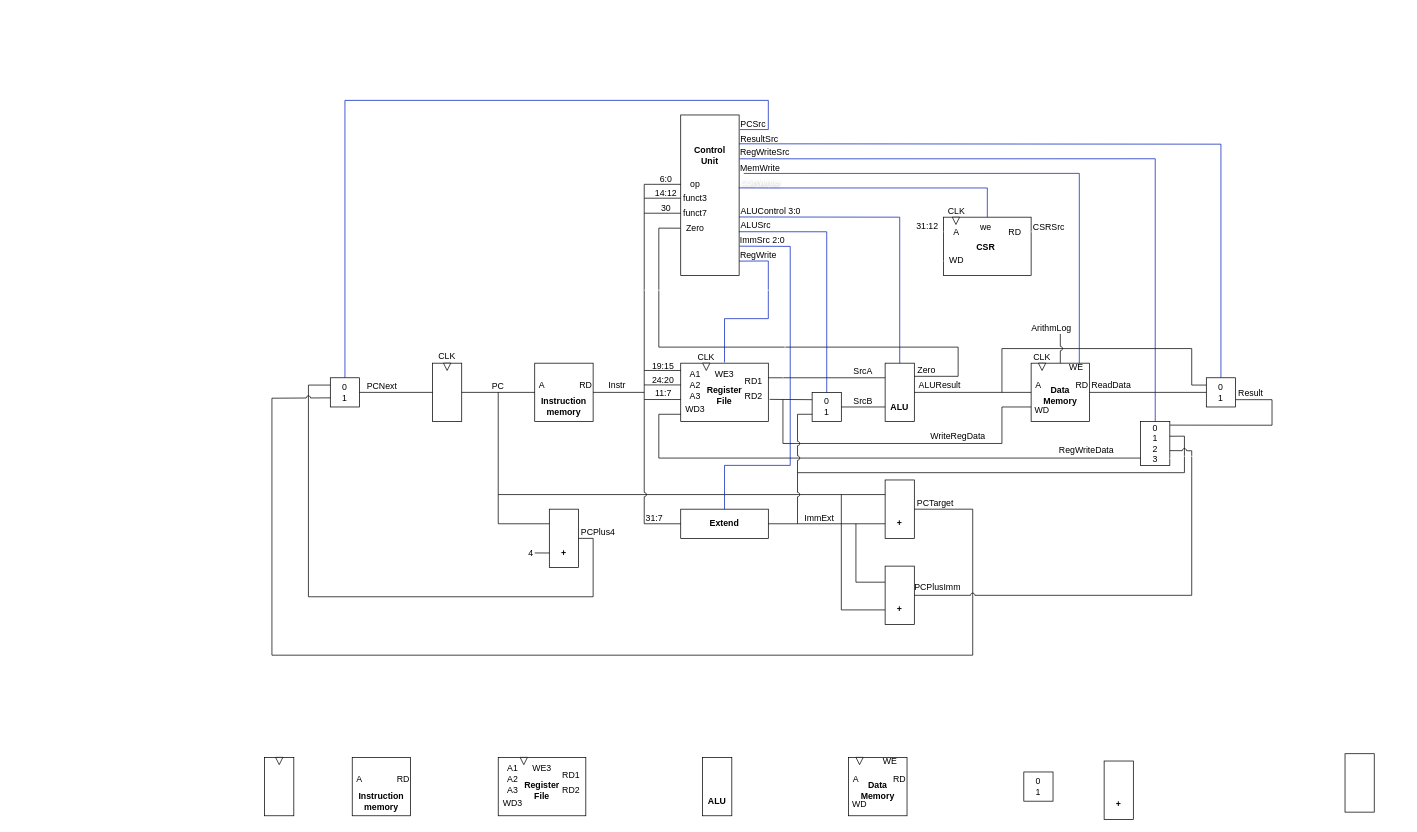
Earlier version of the draw.io diagram doc/riscv-cpu.drawio (myay/riscv_myay). Source tidied: cells renumbered, new cells numbered last; positions are measured from the earlier drawing's top-left corner, leaving out a move shared by most shapes. Both pictures are drawn from the tidied source at 73%, with x=0, y=0 at pixel (264, 100).
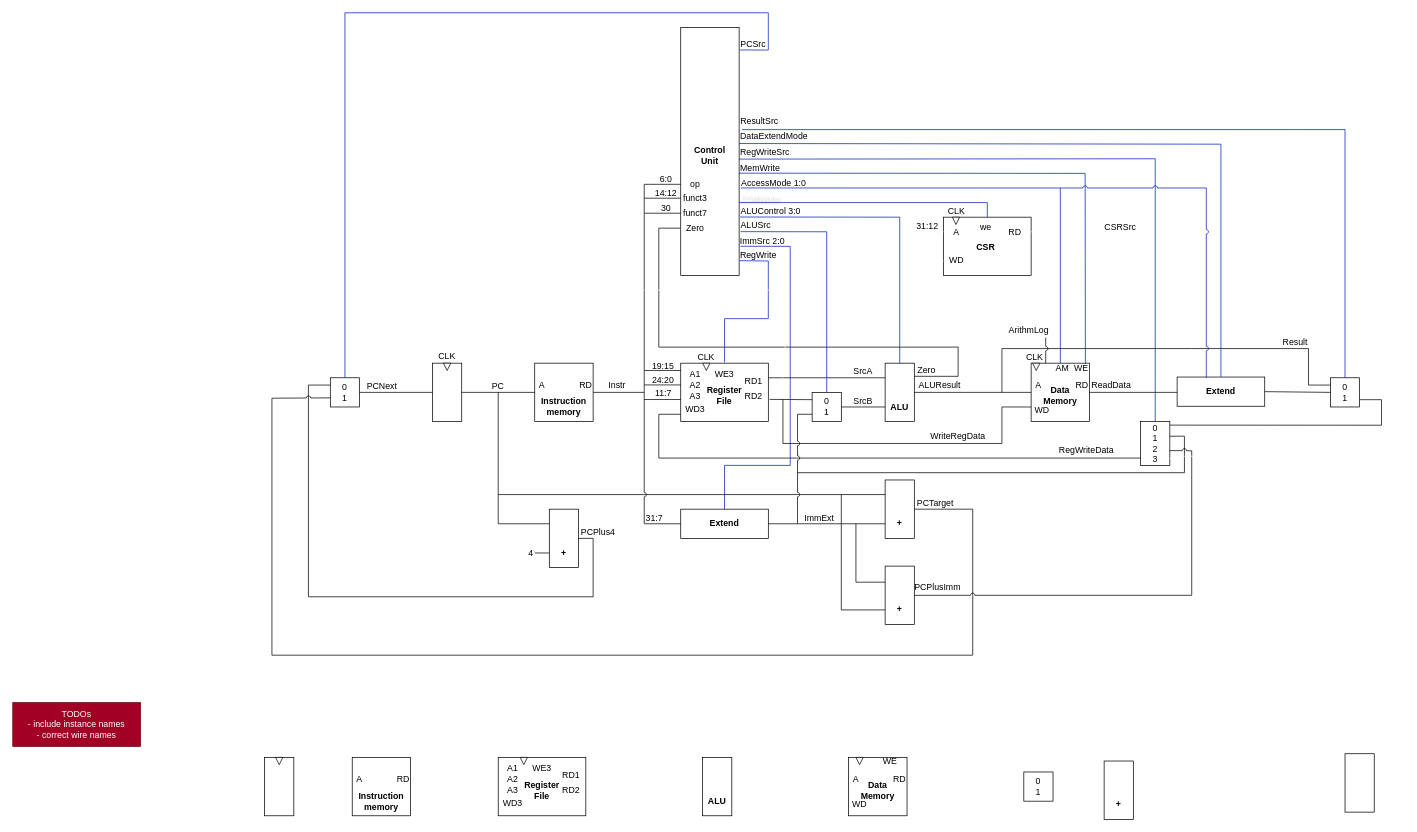
The same diagram, later.

Unchanged cells that the change refers to:
```xml
<mxCell id="42" style="rounded=0;whiteSpace=wrap;html=1;" parent="1" vertex="1">
  <mxGeometry x="850" y="360" width="40" height="80" as="geometry" />
</mxCell>
<mxCell id="44" style="rounded=0;whiteSpace=wrap;html=1;" parent="1" vertex="1">
  <mxGeometry x="1050" y="360" width="80" height="80" as="geometry" />
</mxCell>
<mxCell id="55" style="rounded=0;whiteSpace=wrap;html=1;" parent="1" vertex="1">
  <mxGeometry x="570" y="560" width="120" height="40" as="geometry" />
</mxCell>
<mxCell id="61" style="rounded=0;whiteSpace=wrap;html=1;" parent="1" vertex="1">
  <mxGeometry x="90" y="380" width="40" height="40" as="geometry" />
</mxCell>
<mxCell id="67" style="rounded=0;whiteSpace=wrap;html=1;" parent="1" vertex="1">
  <mxGeometry x="750" y="400" width="40" height="40" as="geometry" />
</mxCell>
<mxCell id="122" value="MemWrite" style="text;html=1;align=center;verticalAlign=middle;whiteSpace=wrap;rounded=0;" parent="1" vertex="1">
  <mxGeometry x="653" y="89" width="52" height="8" as="geometry" />
</mxCell>
<mxCell id="127" style="rounded=0;whiteSpace=wrap;html=1;" parent="1" vertex="1">
  <mxGeometry x="1200" y="440" width="40" height="60" as="geometry" />
</mxCell>
<mxCell id="132" value="RegWriteSrc" style="text;html=1;align=center;verticalAlign=middle;whiteSpace=wrap;rounded=0;" parent="1" vertex="1">
  <mxGeometry x="655" y="66" width="61" height="11" as="geometry" />
</mxCell>
<mxCell id="148" style="rounded=0;whiteSpace=wrap;html=1;" parent="1" vertex="1">
  <mxGeometry x="930" y="160" width="120" height="80" as="geometry" />
</mxCell>
```

What changed in the source:
```diff
@@
     <mxCell id="48" value="WE" style="text;html=1;align=center;verticalAlign=middle;whiteSpace=wrap;rounded=0;" parent="1" vertex="1">
-      <mxGeometry x="1101" y="360" width="22" height="12" as="geometry" />
+      <mxGeometry x="1108" y="361" width="22" height="12" as="geometry" />
     </mxCell>
     <mxCell id="49" style="triangle;whiteSpace=wrap;html=1;rotation=90;" parent="1" vertex="1">
-      <mxGeometry x="1060" y="360" width="10" height="10" as="geometry" />
+      <mxGeometry x="1052" y="360" width="10" height="10" as="geometry" />
     </mxCell>
@@
     <mxCell id="51" style="rounded=0;whiteSpace=wrap;html=1;" parent="1" vertex="1">
-      <mxGeometry x="1290" y="380" width="40" height="40" as="geometry" />
+      <mxGeometry x="1460" y="380" width="40" height="40" as="geometry" />
     </mxCell>
     <mxCell id="52" value="0&lt;div&gt;1&lt;/div&gt;" style="text;html=1;align=center;verticalAlign=middle;whiteSpace=wrap;rounded=0;" parent="1" vertex="1">
-      <mxGeometry x="1280" y="385" width="60" height="30" as="geometry" />
+      <mxGeometry x="1450" y="385" width="60" height="30" as="geometry" />
     </mxCell>
@@
     <mxCell id="85" value="Result" style="text;html=1;align=center;verticalAlign=middle;whiteSpace=wrap;rounded=0;" parent="1" vertex="1">
-      <mxGeometry x="1321" y="387" width="60" height="30" as="geometry" />
+      <mxGeometry x="1400" y="326" width="24" height="11" as="geometry" />
     </mxCell>
-    <mxCell id="86" style="endArrow=none;html=1;rounded=0;entryX=0;entryY=0.5;entryDx=0;entryDy=0;exitX=1;exitY=0.5;exitDx=0;exitDy=0;" parent="1" edge="1" source="44" target="51">
-      <mxGeometry relative="1" as="geometry" />
+    <mxCell id="86" style="endArrow=none;html=1;rounded=0;exitX=1;exitY=0.5;exitDx=0;exitDy=0;" parent="1" edge="1" source="44">
+      <mxGeometry relative="1" as="geometry">
+        <mxPoint x="1250" y="400" as="targetPoint" />
+      </mxGeometry>
     </mxCell>
@@
     <mxCell id="88" style="endArrow=none;html=1;rounded=0;entryX=0;entryY=0.25;entryDx=0;entryDy=0;" parent="1" edge="1" target="51">
       <mxGeometry relative="1" as="geometry">
         <mxPoint x="1010" y="400" as="sourcePoint" />
         <Array as="points">
           <mxPoint x="1010" y="340" />
           <mxPoint x="1270" y="340" />
-          <mxPoint x="1270" y="390" />
+          <mxPoint x="1430" y="340" />
+          <mxPoint x="1430" y="390" />
         </Array>
       </mxGeometry>
     </mxCell>
@@
     <mxCell id="105" value="CLK" style="text;html=1;align=center;verticalAlign=middle;whiteSpace=wrap;rounded=0;" parent="1" vertex="1">
-      <mxGeometry x="1053" y="345" width="24" height="13" as="geometry" />
+      <mxGeometry x="1043" y="345.5" width="24" height="13" as="geometry" />
     </mxCell>
@@
     <mxCell id="107" style="rounded=0;whiteSpace=wrap;html=1;" parent="1" vertex="1">
-      <mxGeometry x="570" y="20" width="80" height="220" as="geometry" />
+      <mxGeometry x="570" y="-100" width="80" height="340" as="geometry" />
     </mxCell>
@@
     <mxCell id="119" style="endArrow=none;html=1;rounded=0;exitX=0.5;exitY=0;exitDx=0;exitDy=0;entryX=1.011;entryY=0.091;entryDx=0;entryDy=0;entryPerimeter=0;fillColor=#0050ef;strokeColor=#001DBC;" parent="1" edge="1" source="61" target="107">
       <mxGeometry relative="1" as="geometry">
         <Array as="points">
-          <mxPoint x="110" />
-          <mxPoint x="690" />
-          <mxPoint x="690" y="40" />
+          <mxPoint x="110" y="-120" />
+          <mxPoint x="690" y="-120" />
+          <mxPoint x="690" y="-69" />
         </Array>
       </mxGeometry>
     </mxCell>
-    <mxCell id="120" style="endArrow=none;html=1;rounded=0;exitX=0.5;exitY=0;exitDx=0;exitDy=0;entryX=0.998;entryY=0.91;entryDx=0;entryDy=0;entryPerimeter=0;fillColor=#0050ef;strokeColor=#001DBC;" parent="1" edge="1" target="107">
+    <mxCell id="120" style="endArrow=none;html=1;rounded=0;exitX=0.5;exitY=0;exitDx=0;exitDy=0;entryX=1.008;entryY=0.94;entryDx=0;entryDy=0;entryPerimeter=0;fillColor=#0050ef;strokeColor=#001DBC;" parent="1" edge="1" target="107">
       <mxGeometry relative="1" as="geometry">
         <mxPoint x="630" y="359" as="sourcePoint" />
         <Array as="points">
           <mxPoint x="630" y="299" />
           <mxPoint x="690" y="299" />
           <mxPoint x="690" y="220" />
         </Array>
       </mxGeometry>
     </mxCell>
     <mxCell id="121" value="PCSrc" style="text;html=1;align=center;verticalAlign=middle;whiteSpace=wrap;rounded=0;" parent="1" vertex="1">
-      <mxGeometry x="652" y="27" width="35" height="12" as="geometry" />
+      <mxGeometry x="652" y="-82" width="35" height="12" as="geometry" />
     </mxCell>
@@
     <mxCell id="125" value="ImmSrc 2:0" style="text;html=1;align=center;verticalAlign=middle;whiteSpace=wrap;rounded=0;" parent="1" vertex="1">
-      <mxGeometry x="647" y="183" width="70" height="17" as="geometry" />
+      <mxGeometry x="647" y="190" width="70" height="5" as="geometry" />
     </mxCell>
@@
     <mxCell id="129" style="endArrow=none;html=1;rounded=0;exitX=1;exitY=0.75;exitDx=0;exitDy=0;entryX=1.006;entryY=0.081;entryDx=0;entryDy=0;entryPerimeter=0;" parent="1" edge="1" source="51" target="127">
       <mxGeometry relative="1" as="geometry">
         <Array as="points">
-          <mxPoint x="1380" y="410" />
-          <mxPoint x="1380" y="445" />
+          <mxPoint x="1530" y="410" />
+          <mxPoint x="1530" y="445" />
         </Array>
       </mxGeometry>
     </mxCell>
@@
     <mxCell id="134" value="ResultSrc" style="text;html=1;align=center;verticalAlign=middle;whiteSpace=wrap;rounded=0;" parent="1" vertex="1">
-      <mxGeometry x="648" y="47" width="60" height="12" as="geometry" />
+      <mxGeometry x="648" y="23" width="60" height="12" as="geometry" />
     </mxCell>
@@
-    <mxCell id="146" style="endArrow=none;html=1;rounded=0;entryX=0.5;entryY=0;entryDx=0;entryDy=0;jumpStyle=arc;" parent="1" edge="1" target="44">
+    <mxCell id="146" style="endArrow=none;html=1;rounded=0;entryX=0.25;entryY=0;entryDx=0;entryDy=0;jumpStyle=arc;" parent="1" edge="1" target="44">
       <mxGeometry relative="1" as="geometry">
-        <mxPoint x="1090" y="320" as="sourcePoint" />
+        <mxPoint x="1070" y="325" as="sourcePoint" />
       </mxGeometry>
     </mxCell>
     <mxCell id="147" value="ArithmLog" style="text;html=1;align=center;verticalAlign=middle;whiteSpace=wrap;rounded=0;" parent="1" vertex="1">
-      <mxGeometry x="1048" y="305" width="60" height="15" as="geometry" />
+      <mxGeometry x="1017" y="307" width="60" height="15" as="geometry" />
     </mxCell>
@@
     <mxCell id="154" style="endArrow=none;html=1;rounded=0;exitX=1;exitY=0.25;exitDx=0;exitDy=0;fillColor=#a20025;strokeColor=#ffffff;entryX=0.991;entryY=0.841;entryDx=0;entryDy=0;entryPerimeter=0;jumpStyle=arc;" parent="1" edge="1" source="148" target="127">
       <mxGeometry relative="1" as="geometry">
         <Array as="points">
-          <mxPoint x="1390" y="180" />
-          <mxPoint x="1390" y="490" />
+          <mxPoint x="1560" y="180" />
+          <mxPoint x="1560" y="490" />
         </Array>
       </mxGeometry>
     </mxCell>
@@
-    <mxCell id="158" style="endArrow=none;html=1;rounded=0;exitX=0.5;exitY=0;exitDx=0;exitDy=0;fillColor=#0050ef;strokeColor=#001DBC;entryX=0.993;entryY=0.454;entryDx=0;entryDy=0;entryPerimeter=0;textShadow=1;" parent="1" edge="1" source="148" target="107">
+    <mxCell id="158" style="endArrow=none;html=1;rounded=0;exitX=0.5;exitY=0;exitDx=0;exitDy=0;fillColor=#0050ef;strokeColor=#001DBC;textShadow=1;" parent="1" edge="1" source="148">
       <mxGeometry relative="1" as="geometry">
+        <mxPoint x="650" y="140" as="targetPoint" />
         <Array as="points">
-          <mxPoint x="990" y="120" />
-          <mxPoint x="690" y="120" />
+          <mxPoint x="990" y="140" />
         </Array>
       </mxGeometry>
     </mxCell>
     <mxCell id="159" value="CSRWrite" style="text;html=1;align=center;verticalAlign=middle;whiteSpace=wrap;rounded=0;fontColor=#ffffff;textShadow=1;" parent="1" vertex="1">
-      <mxGeometry x="651" y="97" width="55" height="30" as="geometry" />
+      <mxGeometry x="651" y="130" width="55" height="7" as="geometry" />
     </mxCell>
     <mxCell id="160" value="CSRSrc" style="text;html=1;align=center;verticalAlign=middle;whiteSpace=wrap;rounded=0;" parent="1" vertex="1">
-      <mxGeometry x="1052" y="169" width="45" height="9" as="geometry" />
+      <mxGeometry x="1150" y="169" width="45" height="9" as="geometry" />
     </mxCell>
@@
-    <mxCell id="163" style="endArrow=none;html=1;rounded=0;exitX=-0.019;exitY=0.118;exitDx=0;exitDy=0;entryX=0.5;entryY=0;entryDx=0;entryDy=0;exitPerimeter=0;fillColor=#0050ef;strokeColor=#001DBC;" parent="1" edge="1" target="51">
+    <mxCell id="163" style="endArrow=none;html=1;rounded=0;exitX=1.05;exitY=0.412;exitDx=0;exitDy=0;entryX=0.5;entryY=0;entryDx=0;entryDy=0;exitPerimeter=0;fillColor=#0050ef;strokeColor=#001DBC;" parent="1" edge="1" source="107" target="51">
       <mxGeometry relative="1" as="geometry">
-        <mxPoint x="649.9" y="59.5" as="sourcePoint" />
         <Array as="points">
-          <mxPoint x="1310" y="60" />
+          <mxPoint x="1480" y="40" />
         </Array>
       </mxGeometry>
     </mxCell>
-    <mxCell id="164" style="endArrow=none;html=1;rounded=0;entryX=1.008;entryY=0.273;entryDx=0;entryDy=0;entryPerimeter=0;fillColor=#0050ef;strokeColor=#001DBC;exitX=0.5;exitY=0;exitDx=0;exitDy=0;" parent="1" edge="1" source="127" target="107">
+    <mxCell id="164" style="endArrow=none;html=1;rounded=0;entryX=-0.086;entryY=1.313;entryDx=0;entryDy=0;entryPerimeter=0;fillColor=#0050ef;strokeColor=#001DBC;exitX=0.5;exitY=0;exitDx=0;exitDy=0;" parent="1" edge="1" source="127" target="132">
       <mxGeometry relative="1" as="geometry">
         <Array as="points">
           <mxPoint x="1220" y="80" />
         </Array>
       </mxGeometry>
     </mxCell>
-    <mxCell id="165" style="endArrow=none;html=1;rounded=0;entryX=0.75;entryY=0;entryDx=0;entryDy=0;exitX=1.005;exitY=0.364;exitDx=0;exitDy=0;exitPerimeter=0;fillColor=#0050ef;strokeColor=#001DBC;" parent="1" edge="1">
+    <mxCell id="165" style="endArrow=none;html=1;rounded=0;entryX=0.929;entryY=0.014;entryDx=0;entryDy=0;exitX=-0.065;exitY=1.341;exitDx=0;exitDy=0;exitPerimeter=0;fillColor=#0050ef;strokeColor=#001DBC;entryPerimeter=0;" parent="1" edge="1" source="122" target="44">
       <mxGeometry relative="1" as="geometry">
-        <mxPoint x="656.4" y="100.1" as="sourcePoint" />
-        <mxPoint x="1116" y="360" as="targetPoint" />
         <Array as="points">
-          <mxPoint x="1116" y="100" />
+          <mxPoint x="1124" y="100" />
         </Array>
       </mxGeometry>
     </mxCell>
-    <mxCell id="166" style="endArrow=none;html=1;rounded=0;entryX=0.997;entryY=0.635;entryDx=0;entryDy=0;exitX=0.5;exitY=0;exitDx=0;exitDy=0;entryPerimeter=0;fillColor=#0050ef;strokeColor=#001DBC;" parent="1" edge="1" source="42" target="107">
+    <mxCell id="166" style="endArrow=none;html=1;rounded=0;entryX=1.017;entryY=0.764;entryDx=0;entryDy=0;exitX=0.5;exitY=0;exitDx=0;exitDy=0;entryPerimeter=0;fillColor=#0050ef;strokeColor=#001DBC;" parent="1" edge="1" source="42" target="107">
       <mxGeometry relative="1" as="geometry">
         <Array as="points">
           <mxPoint x="870" y="160" />
         </Array>
       </mxGeometry>
     </mxCell>
-    <mxCell id="167" style="endArrow=none;html=1;rounded=0;entryX=0.995;entryY=0.727;entryDx=0;entryDy=0;exitX=0.5;exitY=0;exitDx=0;exitDy=0;entryPerimeter=0;fillColor=#0050ef;strokeColor=#001DBC;" parent="1" edge="1" source="67" target="107">
+    <mxCell id="167" style="endArrow=none;html=1;rounded=0;entryX=1.025;entryY=0.823;entryDx=0;entryDy=0;exitX=0.5;exitY=0;exitDx=0;exitDy=0;entryPerimeter=0;fillColor=#0050ef;strokeColor=#001DBC;" parent="1" edge="1" source="67" target="107">
       <mxGeometry relative="1" as="geometry">
         <Array as="points">
           <mxPoint x="770" y="180" />
         </Array>
       </mxGeometry>
     </mxCell>
-    <mxCell id="168" style="endArrow=none;html=1;rounded=0;entryX=1.005;entryY=0.817;entryDx=0;entryDy=0;exitX=0.5;exitY=0;exitDx=0;exitDy=0;entryPerimeter=0;fillColor=#0050ef;strokeColor=#001DBC;" parent="1" edge="1" source="55" target="107">
+    <mxCell id="168" style="endArrow=none;html=1;rounded=0;entryX=1.023;entryY=0.882;entryDx=0;entryDy=0;exitX=0.5;exitY=0;exitDx=0;exitDy=0;entryPerimeter=0;fillColor=#0050ef;strokeColor=#001DBC;" parent="1" edge="1" source="55" target="107">
       <mxGeometry relative="1" as="geometry">
         <Array as="points">
           <mxPoint x="630" y="500" />
           <mxPoint x="720" y="500" />
           <mxPoint x="720" y="200" />
         </Array>
       </mxGeometry>
     </mxCell>
+    <mxCell id="169" style="rounded=0;whiteSpace=wrap;html=1;" parent="1" vertex="1">
+      <mxGeometry x="1250" y="379" width="120" height="40" as="geometry" />
+    </mxCell>
+    <mxCell id="170" value="&lt;b&gt;Extend&lt;/b&gt;" style="text;html=1;align=center;verticalAlign=middle;whiteSpace=wrap;rounded=0;" parent="1" vertex="1">
+      <mxGeometry x="1280" y="384" width="60" height="30" as="geometry" />
+    </mxCell>
+    <mxCell id="171" value="TODOs&lt;div&gt;- include instance names&lt;/div&gt;&lt;div&gt;- correct wire names&lt;/div&gt;" style="text;html=1;align=center;verticalAlign=middle;whiteSpace=wrap;rounded=0;fillColor=#a20025;fontColor=#ffffff;strokeColor=#6F0000;" parent="1" vertex="1">
+      <mxGeometry x="-345" y="825" width="175" height="60" as="geometry" />
+    </mxCell>
+    <mxCell id="172" style="endArrow=none;html=1;rounded=0;entryX=0;entryY=0.5;entryDx=0;entryDy=0;exitX=1;exitY=0.5;exitDx=0;exitDy=0;" parent="1" edge="1" source="169" target="51">
+      <mxGeometry relative="1" as="geometry" />
+    </mxCell>
+    <mxCell id="173" style="endArrow=none;html=1;rounded=0;exitX=1.027;exitY=0.647;exitDx=0;exitDy=0;exitPerimeter=0;entryX=0.5;entryY=0;entryDx=0;entryDy=0;fontColor=#ed0707;fillColor=#0050ef;strokeColor=#001DBC;" parent="1" edge="1" source="107" target="44">
+      <mxGeometry relative="1" as="geometry">
+        <Array as="points">
+          <mxPoint x="1090" y="120" />
+        </Array>
+      </mxGeometry>
+    </mxCell>
+    <mxCell id="174" value="AM" style="text;html=1;align=center;verticalAlign=middle;whiteSpace=wrap;rounded=0;" parent="1" vertex="1">
+      <mxGeometry x="1082" y="361" width="22" height="12" as="geometry" />
+    </mxCell>
+    <mxCell id="175" value="AccessMode 1:0" style="text;html=1;align=center;verticalAlign=middle;whiteSpace=wrap;rounded=0;" parent="1" vertex="1">
+      <mxGeometry x="647" y="110" width="101" height="8" as="geometry" />
+    </mxCell>
+    <mxCell id="176" style="endArrow=none;html=1;rounded=0;entryX=1;entryY=0.468;entryDx=0;entryDy=0;entryPerimeter=0;exitX=0.5;exitY=0;exitDx=0;exitDy=0;fillColor=#0050ef;strokeColor=#001DBC;" parent="1" edge="1" source="169" target="107">
+      <mxGeometry relative="1" as="geometry">
+        <Array as="points">
+          <mxPoint x="1310" y="60" />
+        </Array>
+      </mxGeometry>
+    </mxCell>
+    <mxCell id="177" value="DataExtendMode" style="text;html=1;align=center;verticalAlign=middle;whiteSpace=wrap;rounded=0;" parent="1" vertex="1">
+      <mxGeometry x="668" y="44" width="60" height="12" as="geometry" />
+    </mxCell>
+    <mxCell id="178" style="endArrow=none;html=1;rounded=0;fillColor=#0050ef;strokeColor=#001DBC;jumpStyle=arc;" parent="1" edge="1">
+      <mxGeometry relative="1" as="geometry">
+        <mxPoint x="1090" y="120" as="sourcePoint" />
+        <mxPoint x="1290" y="380" as="targetPoint" />
+        <Array as="points">
+          <mxPoint x="1290" y="120" />
+        </Array>
+      </mxGeometry>
+    </mxCell>
```
